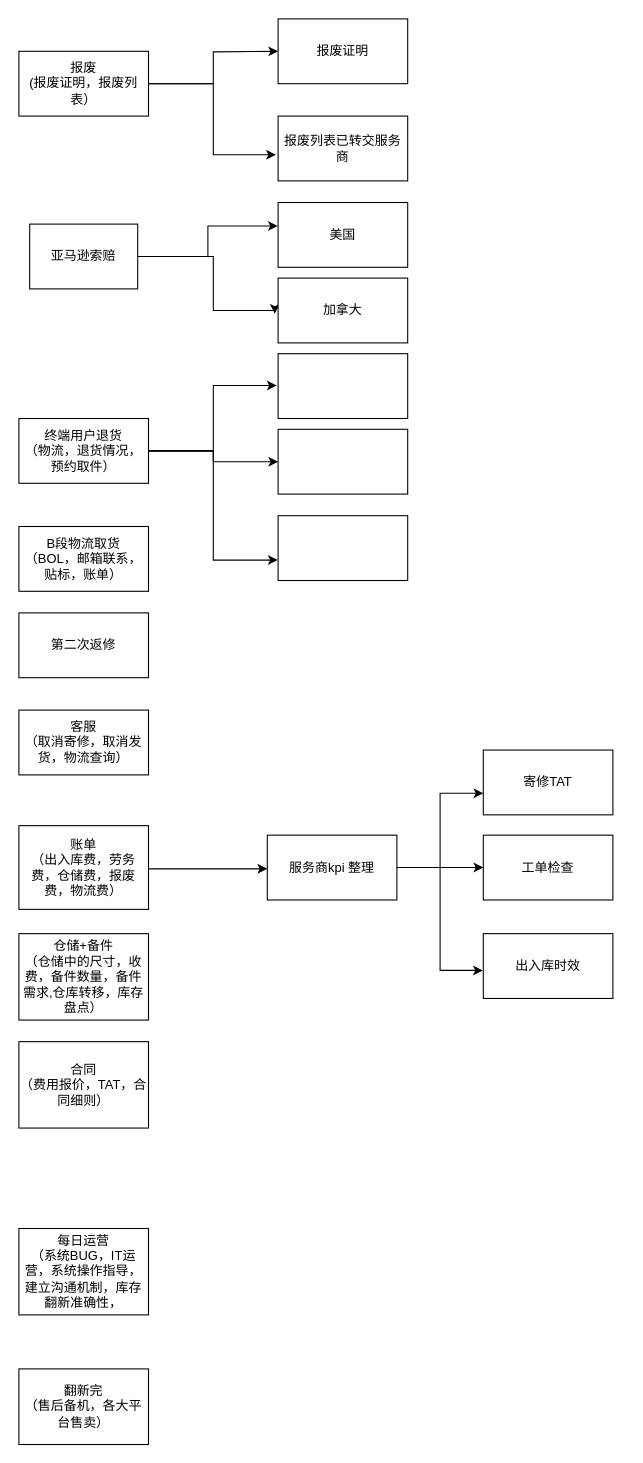
Mr6cd/sing-box-subscribe keeps this draw.io diagram as 售后运营职责+成功展现.drawio. Above is the earlier version. Source tidied: cells renumbered, new cells numbered last; positions are measured from the earlier drawing's top-left corner, leaving out a move shared by most shapes. Both pictures are drawn from the tidied source at 108%, with x=0, y=0 at pixel (18, 18).
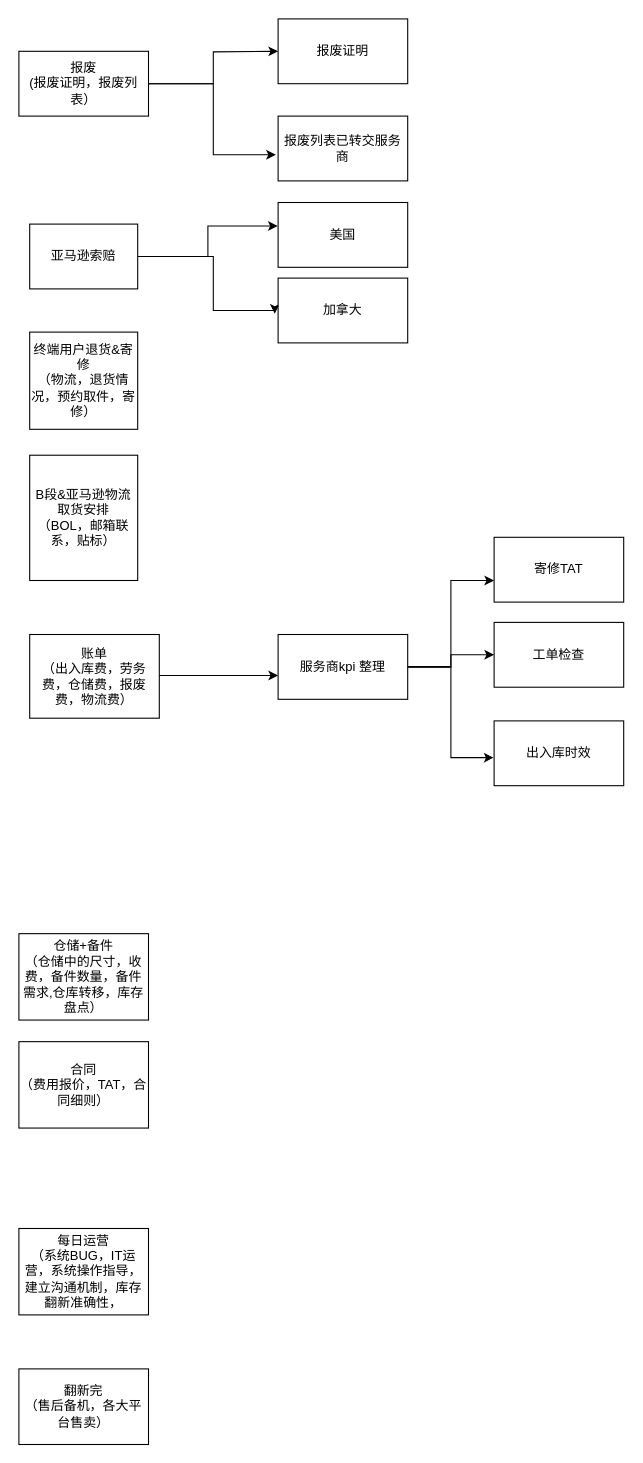
After the change.

What changed in the source:
```diff
@@
-    <mxCell id="2" value="&lt;div&gt;客服&lt;/div&gt;&lt;div&gt;（取消寄修，取消发货，物流查询）&lt;br&gt;&lt;/div&gt;" style="rounded=0;whiteSpace=wrap;html=1;" parent="1" vertex="1">
-      <mxGeometry y="640" width="120" height="60" as="geometry" />
-    </mxCell>
-    <mxCell id="3" style="edgeStyle=orthogonalEdgeStyle;rounded=0;jettySize=auto;html=1;entryX=-0.011;entryY=0.491;entryDx=0;entryDy=0;entryPerimeter=0;" parent="1" edge="1" source="5" target="31">
-      <mxGeometry relative="1" as="geometry" />
-    </mxCell>
-    <mxCell id="4" style="edgeStyle=orthogonalEdgeStyle;rounded=0;jettySize=auto;html=1;" parent="1" edge="1" source="5" target="32">
-      <mxGeometry relative="1" as="geometry" />
-    </mxCell>
-    <mxCell id="5" value="&lt;div&gt;终端用户退货&lt;/div&gt;&lt;div&gt;（物流，退货情况，预约取件）&lt;br&gt;&lt;/div&gt;" style="rounded=0;whiteSpace=wrap;html=1;" parent="1" vertex="1">
-      <mxGeometry y="370" width="120" height="60" as="geometry" />
+    <mxCell id="5" value="&lt;div&gt;终端用户退货&amp;amp;寄修&lt;/div&gt;&lt;div&gt;（物流，退货情况，预约取件，寄修）&lt;br&gt;&lt;/div&gt;" style="rounded=0;whiteSpace=wrap;html=1;" parent="1" vertex="1">
+      <mxGeometry x="10" y="290" width="100" height="90" as="geometry" />
     </mxCell>
-    <mxCell id="6" value="&lt;div&gt;B段物流取货&lt;/div&gt;&lt;div&gt;（BOL，邮箱联系，贴标，账单）&lt;br&gt;&lt;/div&gt;" style="rounded=0;whiteSpace=wrap;html=1;" parent="1" vertex="1">
-      <mxGeometry y="470" width="120" height="60" as="geometry" />
+    <mxCell id="6" value="&lt;div&gt;B段&amp;amp;亚马逊物流取货安排&lt;/div&gt;&lt;div&gt;（BOL，邮箱联系，贴标）&lt;br&gt;&lt;/div&gt;" style="rounded=0;whiteSpace=wrap;html=1;" parent="1" vertex="1">
+      <mxGeometry x="10" y="404" width="100" height="116" as="geometry" />
     </mxCell>
@@
-    <mxCell id="14" value="第二次返修" style="rounded=0;whiteSpace=wrap;html=1;" parent="1" vertex="1">
-      <mxGeometry y="550" width="120" height="60" as="geometry" />
-    </mxCell>
@@
     <mxCell id="16" value="&lt;div&gt;账单&lt;/div&gt;&lt;div&gt;（出入库费，劳务费，仓储费，报废费，物流费）&lt;br&gt;&lt;/div&gt;" style="rounded=0;whiteSpace=wrap;html=1;" parent="1" vertex="1">
-      <mxGeometry y="747" width="120" height="77.5" as="geometry" />
+      <mxGeometry x="10" y="570" width="120" height="77.5" as="geometry" />
     </mxCell>
@@
     <mxCell id="19" style="endArrow=classic;html=1;rounded=0;" parent="1" edge="1">
       <mxGeometry relative="1" as="geometry">
-        <mxPoint x="120" y="787" as="sourcePoint" />
-        <mxPoint x="230" y="787" as="targetPoint" />
+        <mxPoint x="130" y="608" as="sourcePoint" />
+        <mxPoint x="240" y="608" as="targetPoint" />
       </mxGeometry>
     </mxCell>
@@
     <mxCell id="22" value="服务商kpi 整理" style="rounded=0;whiteSpace=wrap;html=1;" parent="1" vertex="1">
-      <mxGeometry x="230" y="755.8" width="120" height="60" as="geometry" />
+      <mxGeometry x="240" y="570" width="120" height="60" as="geometry" />
     </mxCell>
     <mxCell id="23" value="寄修TAT" style="rounded=0;whiteSpace=wrap;html=1;" parent="1" vertex="1">
-      <mxGeometry x="430" y="677" width="120" height="60" as="geometry" />
+      <mxGeometry x="440" y="480" width="120" height="60" as="geometry" />
     </mxCell>
     <mxCell id="24" value="工单检查" style="rounded=0;whiteSpace=wrap;html=1;" parent="1" vertex="1">
-      <mxGeometry x="430" y="755.8" width="120" height="60" as="geometry" />
+      <mxGeometry x="440" y="558.8" width="120" height="60" as="geometry" />
     </mxCell>
     <mxCell id="25" value="出入库时效" style="rounded=0;whiteSpace=wrap;html=1;" parent="1" vertex="1">
-      <mxGeometry x="430" y="847" width="120" height="60" as="geometry" />
+      <mxGeometry x="440" y="650" width="120" height="60" as="geometry" />
     </mxCell>
@@
-    <mxCell id="31" style="rounded=0;whiteSpace=wrap;html=1;" parent="1" vertex="1">
-      <mxGeometry x="240" y="310" width="120" height="60" as="geometry" />
-    </mxCell>
-    <mxCell id="32" style="rounded=0;whiteSpace=wrap;html=1;" parent="1" vertex="1">
-      <mxGeometry x="240" y="380" width="120" height="60" as="geometry" />
-    </mxCell>
-    <mxCell id="33" style="rounded=0;whiteSpace=wrap;html=1;" parent="1" vertex="1">
-      <mxGeometry x="240" y="460" width="120" height="60" as="geometry" />
-    </mxCell>
-    <mxCell id="34" style="edgeStyle=orthogonalEdgeStyle;rounded=0;jettySize=auto;html=1;entryX=-0.003;entryY=0.685;entryDx=0;entryDy=0;entryPerimeter=0;" parent="1" edge="1" source="5" target="33">
-      <mxGeometry relative="1" as="geometry" />
-    </mxCell>
```
